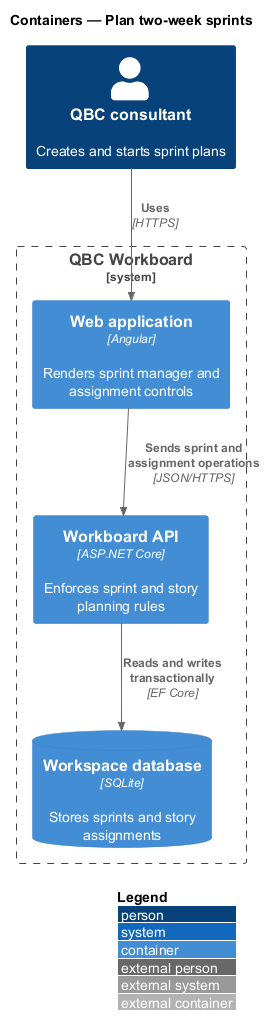
This is docs/detailed-designs/planning/plan-two-week-sprints/diagrams/c4-container.png from QuinntyneBrown/quinntyne-brown-consulting, a PlantUML export, as it was before one commit.
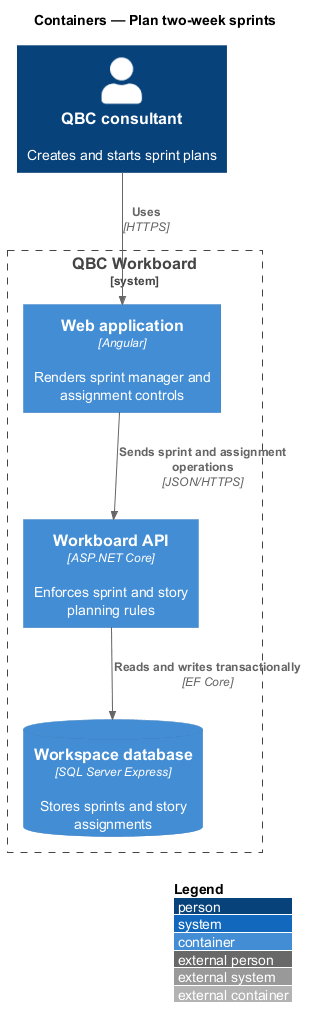
The same diagram one commit later.

The edit, as a diff of the source:
```diff
@@ -7,7 +7,7 @@
 System_Boundary(workboard, "QBC Workboard") {
   Container(spa, "Web application", "Angular", "Renders sprint manager and assignment controls")
   Container(api, "Workboard API", "ASP.NET Core", "Enforces sprint and story planning rules")
-  ContainerDb(db, "Workspace database", "SQLite", "Stores sprints and story assignments")
+  ContainerDb(db, "Workspace database", "SQL Server Express", "Stores sprints and story assignments")
 }
 
 Rel(consultant, spa, "Uses", "HTTPS")
```
